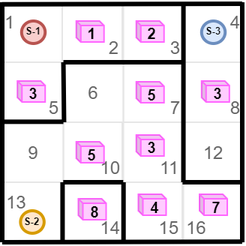
This is Module7/practice/04_Maze-with-treasure/img/maze-with-T-task.png from boo-learn/SpecialistPython2_v2, a draw.io export, as it was before one commit. Source tidied: cells renumbered, new cells last; positions are measured from the earlier drawing's top-left corner, leaving out a move shared by most shapes.
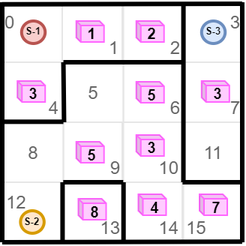
After the change.

Diff of the diagram source:
```diff
@@ -2,52 +2,52 @@
   <root>
     <mxCell id="0" />
     <mxCell id="1" parent="0" />
-    <mxCell id="2" value="&lt;font color=&quot;#666666&quot;&gt;1&lt;/font&gt;" style="rounded=0;whiteSpace=wrap;html=1;fillColor=none;strokeColor=#E6E6E6;align=left;verticalAlign=top;" parent="1" vertex="1">
+    <mxCell id="2" value="&lt;font color=&quot;#666666&quot;&gt;0&lt;/font&gt;" style="rounded=0;whiteSpace=wrap;html=1;fillColor=none;strokeColor=#E6E6E6;align=left;verticalAlign=top;" parent="1" vertex="1">
       <mxGeometry width="40" height="40" as="geometry" />
     </mxCell>
-    <mxCell id="3" value="&lt;font color=&quot;#666666&quot;&gt;2&lt;/font&gt;" style="rounded=0;whiteSpace=wrap;html=1;fillColor=none;strokeColor=#E6E6E6;align=right;verticalAlign=bottom;" parent="1" vertex="1">
+    <mxCell id="3" value="&lt;font color=&quot;#666666&quot;&gt;1&lt;/font&gt;" style="rounded=0;whiteSpace=wrap;html=1;fillColor=none;strokeColor=#E6E6E6;align=right;verticalAlign=bottom;" parent="1" vertex="1">
       <mxGeometry x="40" width="40" height="40" as="geometry" />
     </mxCell>
-    <mxCell id="4" value="&lt;font color=&quot;#666666&quot;&gt;3&lt;/font&gt;" style="rounded=0;whiteSpace=wrap;html=1;fillColor=none;strokeColor=#E6E6E6;align=right;verticalAlign=bottom;" parent="1" vertex="1">
+    <mxCell id="4" value="&lt;font color=&quot;#666666&quot;&gt;2&lt;/font&gt;" style="rounded=0;whiteSpace=wrap;html=1;fillColor=none;strokeColor=#E6E6E6;align=right;verticalAlign=bottom;" parent="1" vertex="1">
       <mxGeometry x="80.8" width="40" height="40" as="geometry" />
     </mxCell>
-    <mxCell id="5" value="&lt;font color=&quot;#666666&quot;&gt;4&lt;/font&gt;" style="rounded=0;whiteSpace=wrap;html=1;fillColor=none;strokeColor=#E6E6E6;align=right;verticalAlign=top;" parent="1" vertex="1">
+    <mxCell id="5" value="&lt;font color=&quot;#666666&quot;&gt;3&lt;/font&gt;" style="rounded=0;whiteSpace=wrap;html=1;fillColor=none;strokeColor=#E6E6E6;align=right;verticalAlign=top;" parent="1" vertex="1">
       <mxGeometry x="120.8" width="40" height="40" as="geometry" />
     </mxCell>
-    <mxCell id="6" value="&lt;font color=&quot;#666666&quot;&gt;5&lt;/font&gt;" style="rounded=0;whiteSpace=wrap;html=1;fillColor=none;strokeColor=#E6E6E6;align=right;verticalAlign=bottom;" parent="1" vertex="1">
+    <mxCell id="6" value="&lt;font color=&quot;#666666&quot;&gt;4&lt;/font&gt;" style="rounded=0;whiteSpace=wrap;html=1;fillColor=none;strokeColor=#E6E6E6;align=right;verticalAlign=bottom;" parent="1" vertex="1">
       <mxGeometry y="40" width="40" height="40" as="geometry" />
     </mxCell>
-    <mxCell id="7" value="&lt;font color=&quot;#666666&quot;&gt;6&lt;/font&gt;" style="rounded=0;whiteSpace=wrap;html=1;fillColor=none;strokeColor=#E6E6E6;" parent="1" vertex="1">
+    <mxCell id="7" value="&lt;font color=&quot;#666666&quot;&gt;5&lt;/font&gt;" style="rounded=0;whiteSpace=wrap;html=1;fillColor=none;strokeColor=#E6E6E6;" parent="1" vertex="1">
       <mxGeometry x="40.8" y="40" width="40" height="40" as="geometry" />
     </mxCell>
-    <mxCell id="8" value="&lt;font color=&quot;#666666&quot;&gt;7&lt;/font&gt;" style="rounded=0;whiteSpace=wrap;html=1;fillColor=none;strokeColor=#E6E6E6;align=right;verticalAlign=bottom;" parent="1" vertex="1">
+    <mxCell id="8" value="&lt;font color=&quot;#666666&quot;&gt;6&lt;/font&gt;" style="rounded=0;whiteSpace=wrap;html=1;fillColor=none;strokeColor=#E6E6E6;align=right;verticalAlign=bottom;" parent="1" vertex="1">
       <mxGeometry x="80.8" y="40" width="40" height="40" as="geometry" />
     </mxCell>
-    <mxCell id="9" value="&lt;font color=&quot;#666666&quot;&gt;8&lt;/font&gt;" style="rounded=0;whiteSpace=wrap;html=1;fillColor=none;strokeColor=#E6E6E6;align=right;verticalAlign=bottom;" parent="1" vertex="1">
+    <mxCell id="9" value="&lt;font color=&quot;#666666&quot;&gt;7&lt;/font&gt;" style="rounded=0;whiteSpace=wrap;html=1;fillColor=none;strokeColor=#E6E6E6;align=right;verticalAlign=bottom;" parent="1" vertex="1">
       <mxGeometry x="120.8" y="40" width="40" height="40" as="geometry" />
     </mxCell>
-    <mxCell id="10" value="&lt;font color=&quot;#666666&quot;&gt;9&lt;/font&gt;" style="rounded=0;whiteSpace=wrap;html=1;fillColor=none;strokeColor=#E6E6E6;" parent="1" vertex="1">
+    <mxCell id="10" value="&lt;font color=&quot;#666666&quot;&gt;8&lt;/font&gt;" style="rounded=0;whiteSpace=wrap;html=1;fillColor=none;strokeColor=#E6E6E6;" parent="1" vertex="1">
       <mxGeometry x="0.8" y="80" width="40" height="40" as="geometry" />
     </mxCell>
-    <mxCell id="11" value="&lt;font color=&quot;#666666&quot;&gt;10&lt;/font&gt;" style="rounded=0;whiteSpace=wrap;html=1;fillColor=none;strokeColor=#E6E6E6;align=right;verticalAlign=bottom;" parent="1" vertex="1">
+    <mxCell id="11" value="&lt;font color=&quot;#666666&quot;&gt;9&lt;/font&gt;" style="rounded=0;whiteSpace=wrap;html=1;fillColor=none;strokeColor=#E6E6E6;align=right;verticalAlign=bottom;" parent="1" vertex="1">
       <mxGeometry x="40.8" y="80" width="40" height="40" as="geometry" />
     </mxCell>
-    <mxCell id="12" value="&lt;font color=&quot;#666666&quot;&gt;11&lt;/font&gt;" style="rounded=0;whiteSpace=wrap;html=1;fillColor=none;strokeColor=#E6E6E6;align=right;verticalAlign=bottom;" parent="1" vertex="1">
+    <mxCell id="12" value="&lt;font color=&quot;#666666&quot;&gt;10&lt;/font&gt;" style="rounded=0;whiteSpace=wrap;html=1;fillColor=none;strokeColor=#E6E6E6;align=right;verticalAlign=bottom;" parent="1" vertex="1">
       <mxGeometry x="80" y="80" width="40" height="40" as="geometry" />
     </mxCell>
-    <mxCell id="13" value="&lt;font color=&quot;#666666&quot;&gt;12&lt;/font&gt;" style="rounded=0;whiteSpace=wrap;html=1;fillColor=none;strokeColor=#E6E6E6;" parent="1" vertex="1">
+    <mxCell id="13" value="&lt;font color=&quot;#666666&quot;&gt;11&lt;/font&gt;" style="rounded=0;whiteSpace=wrap;html=1;fillColor=none;strokeColor=#E6E6E6;" parent="1" vertex="1">
       <mxGeometry x="120.8" y="80" width="40" height="40" as="geometry" />
     </mxCell>
-    <mxCell id="14" value="&lt;font color=&quot;#666666&quot;&gt;13&lt;/font&gt;" style="rounded=0;whiteSpace=wrap;html=1;fillColor=none;strokeColor=#E6E6E6;align=left;verticalAlign=top;" parent="1" vertex="1">
+    <mxCell id="14" value="&lt;font color=&quot;#666666&quot;&gt;12&lt;/font&gt;" style="rounded=0;whiteSpace=wrap;html=1;fillColor=none;strokeColor=#E6E6E6;align=left;verticalAlign=top;" parent="1" vertex="1">
       <mxGeometry x="0.8" y="120" width="40" height="40" as="geometry" />
     </mxCell>
-    <mxCell id="15" value="&lt;font color=&quot;#666666&quot;&gt;14&lt;/font&gt;" style="rounded=0;whiteSpace=wrap;html=1;fillColor=none;strokeColor=#E6E6E6;align=right;verticalAlign=bottom;" parent="1" vertex="1">
+    <mxCell id="15" value="&lt;font color=&quot;#666666&quot;&gt;13&lt;/font&gt;" style="rounded=0;whiteSpace=wrap;html=1;fillColor=none;strokeColor=#E6E6E6;align=right;verticalAlign=bottom;" parent="1" vertex="1">
       <mxGeometry x="40.8" y="120" width="40" height="40" as="geometry" />
     </mxCell>
-    <mxCell id="16" value="&lt;font color=&quot;#666666&quot;&gt;15&lt;/font&gt;" style="rounded=0;whiteSpace=wrap;html=1;fillColor=none;strokeColor=#E6E6E6;align=right;verticalAlign=bottom;" parent="1" vertex="1">
+    <mxCell id="16" value="&lt;font color=&quot;#666666&quot;&gt;14&lt;/font&gt;" style="rounded=0;whiteSpace=wrap;html=1;fillColor=none;strokeColor=#E6E6E6;align=right;verticalAlign=bottom;" parent="1" vertex="1">
       <mxGeometry x="80" y="120" width="40" height="40" as="geometry" />
     </mxCell>
-    <mxCell id="17" value="&lt;font color=&quot;#666666&quot;&gt;16&lt;/font&gt;" style="rounded=0;whiteSpace=wrap;html=1;fillColor=none;strokeColor=#E6E6E6;align=left;verticalAlign=bottom;" parent="1" vertex="1">
+    <mxCell id="17" value="&lt;font color=&quot;#666666&quot;&gt;15&lt;/font&gt;" style="rounded=0;whiteSpace=wrap;html=1;fillColor=none;strokeColor=#E6E6E6;align=left;verticalAlign=bottom;" parent="1" vertex="1">
       <mxGeometry x="120.8" y="120" width="40" height="40" as="geometry" />
     </mxCell>
     <mxCell id="18" style="endArrow=none;html=1;strokeWidth=3;" parent="1" edge="1">
```
